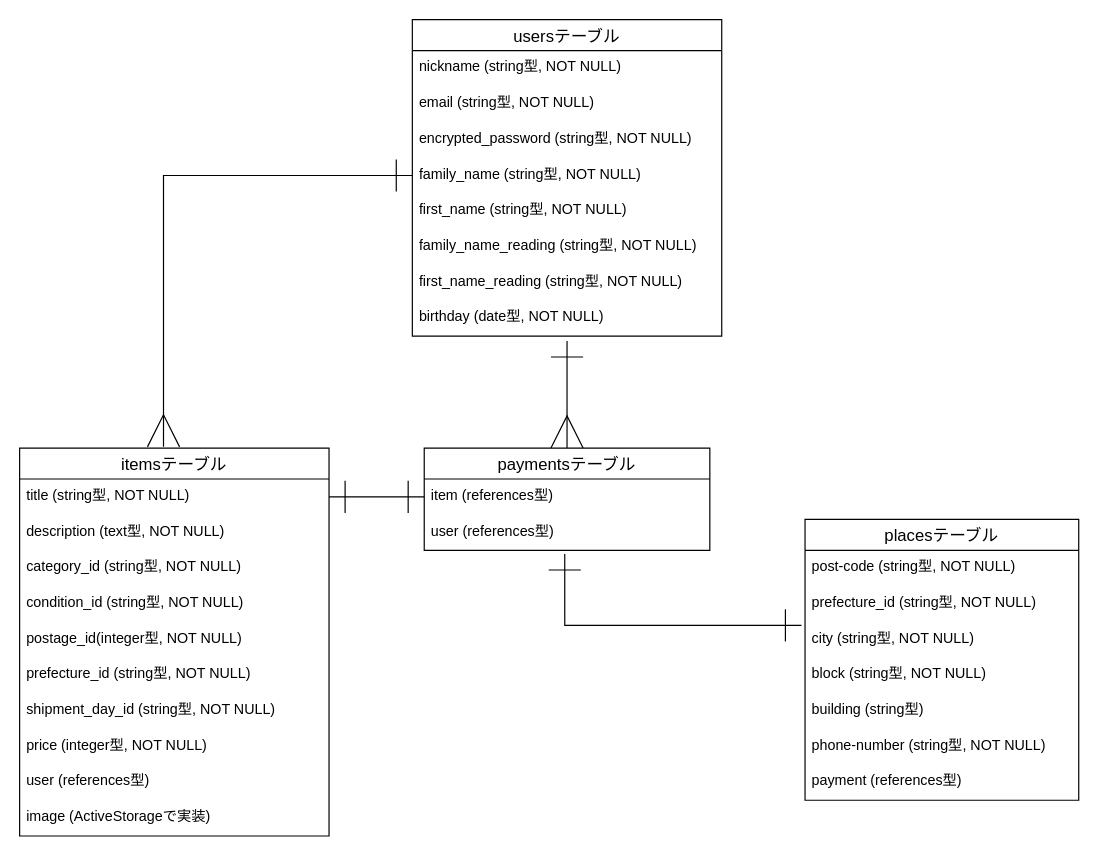
Before: ER.dio in haidi-belltree/furima-32393, a draw.io diagram. Source tidied: cells renumbered, new cells numbered last; positions are measured from the earlier drawing's top-left corner, leaving out a move shared by most shapes. Both pictures are drawn from the tidied source at 119%, with x=0, y=0 at pixel (19, 19).
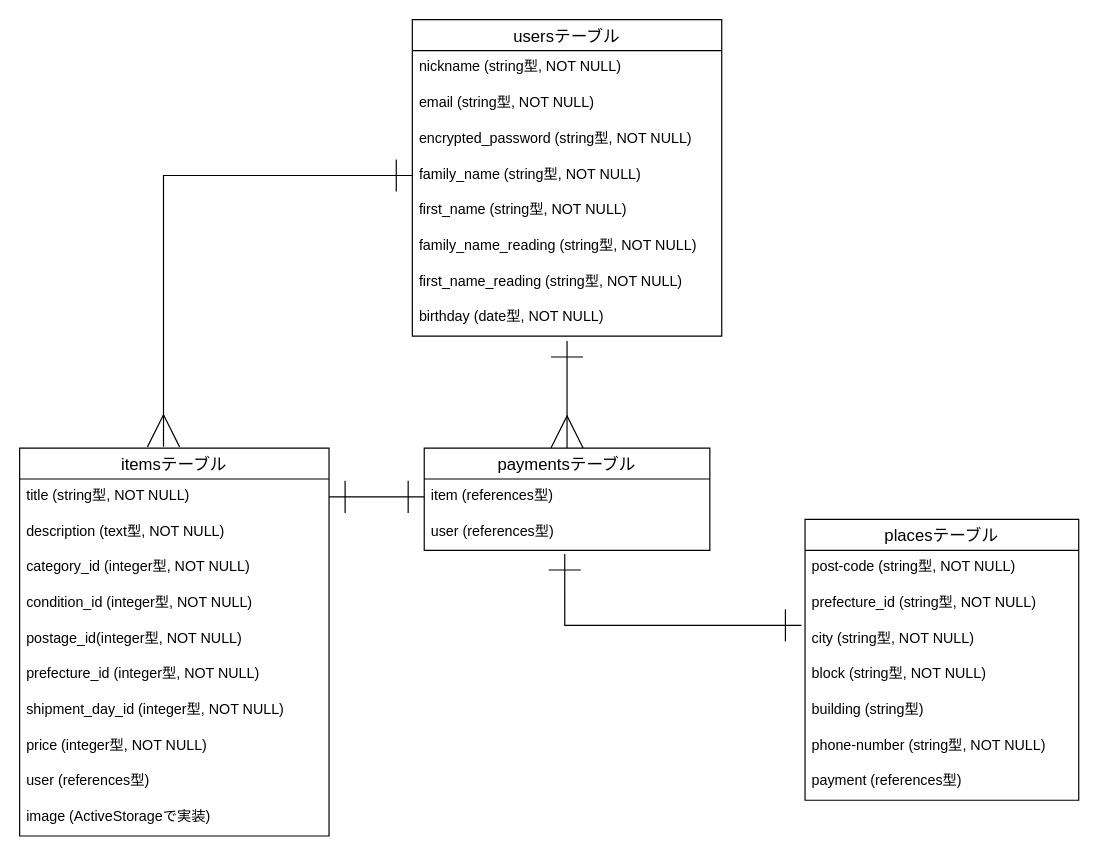
Above is the later version.

The change refers to these unchanged cells:
```xml
<mxCell id="11" value="itemsテーブル" style="swimlane;fontStyle=0;horizontal=1;startSize=26;align=center;fontSize=14;" parent="1" vertex="1">
  <mxGeometry y="360" width="260" height="326" as="geometry" />
</mxCell>
```

Diff of the diagram source:
```diff
@@
-    <mxCell id="14" value="category_id (string型, NOT NULL)" style="text;strokeColor=none;fillColor=none;spacingLeft=4;spacingRight=4;overflow=hidden;fontSize=12;" parent="11" vertex="1">
+    <mxCell id="14" value="category_id (integer型, NOT NULL)" style="text;strokeColor=none;fillColor=none;spacingLeft=4;spacingRight=4;overflow=hidden;fontSize=12;" parent="11" vertex="1">
       <mxGeometry y="86" width="260" height="30" as="geometry" />
     </mxCell>
-    <mxCell id="15" value="condition_id (string型, NOT NULL)" style="text;strokeColor=none;fillColor=none;spacingLeft=4;spacingRight=4;overflow=hidden;fontSize=12;" parent="11" vertex="1">
+    <mxCell id="15" value="condition_id (integer型, NOT NULL)" style="text;strokeColor=none;fillColor=none;spacingLeft=4;spacingRight=4;overflow=hidden;fontSize=12;" parent="11" vertex="1">
       <mxGeometry y="116" width="260" height="30" as="geometry" />
     </mxCell>
@@
-    <mxCell id="17" value="prefecture_id (string型, NOT NULL)" style="text;strokeColor=none;fillColor=none;spacingLeft=4;spacingRight=4;overflow=hidden;fontSize=12;" parent="11" vertex="1">
+    <mxCell id="17" value="prefecture_id (integer型, NOT NULL)" style="text;strokeColor=none;fillColor=none;spacingLeft=4;spacingRight=4;overflow=hidden;fontSize=12;" parent="11" vertex="1">
       <mxGeometry y="176" width="260" height="30" as="geometry" />
     </mxCell>
-    <mxCell id="18" value="shipment_day_id (string型, NOT NULL)" style="text;strokeColor=none;fillColor=none;spacingLeft=4;spacingRight=4;overflow=hidden;fontSize=12;" parent="11" vertex="1">
+    <mxCell id="18" value="shipment_day_id (integer型, NOT NULL)" style="text;strokeColor=none;fillColor=none;spacingLeft=4;spacingRight=4;overflow=hidden;fontSize=12;" parent="11" vertex="1">
       <mxGeometry y="206" width="260" height="30" as="geometry" />
     </mxCell>
```
